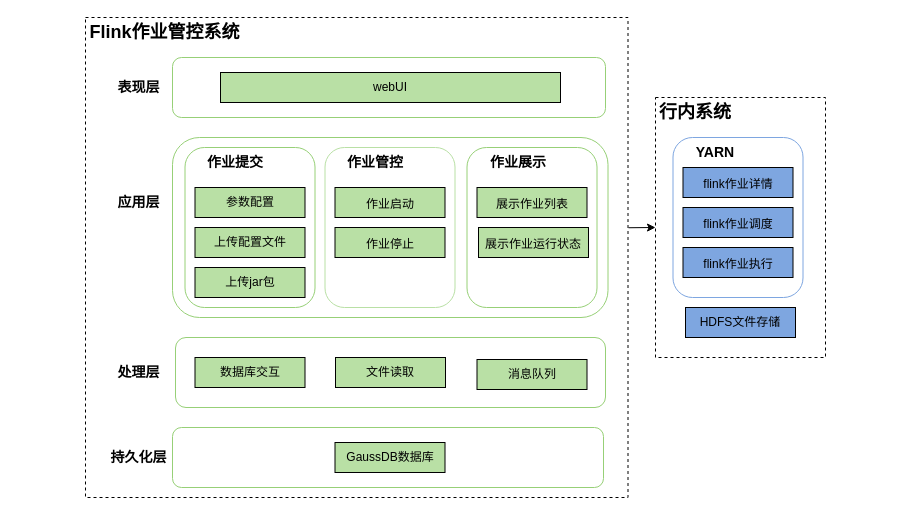
Janxun/graph keeps this draw.io diagram as Flink作业管控1.drawio. Above is the earlier version. Source tidied: cells renumbered, new cells numbered last; positions are measured from the earlier drawing's top-left corner, leaving out a move shared by most shapes. Both pictures are drawn from the tidied source at 100%, with x=0, y=0 at pixel (85, 17).
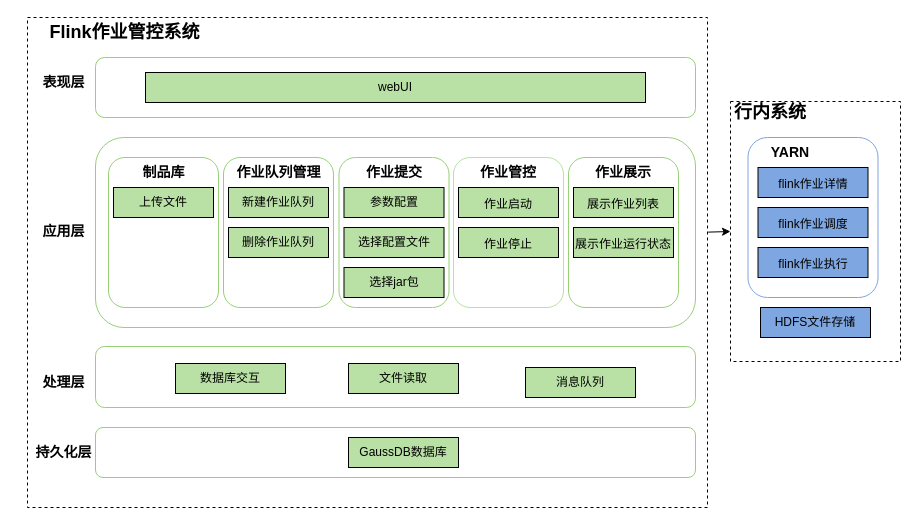
The same page after the edit.

Change to the diagram source:
```diff
@@
+    <mxCell id="4" style="rounded=0;whiteSpace=wrap;html=1;dashed=1;" parent="1" vertex="1">
+      <mxGeometry x="-58" width="680" height="490" as="geometry" />
+    </mxCell>
+    <mxCell id="5" style="rounded=1;whiteSpace=wrap;html=1;fontSize=12;fillColor=#FFFFFF;strokeColor=#97D077;" parent="1" vertex="1">
+      <mxGeometry x="10" y="120" width="600" height="190" as="geometry" />
+    </mxCell>
+    <mxCell id="39" style="rounded=1;whiteSpace=wrap;html=1;strokeColor=#97D077;fillColor=#FFFFFF;" parent="1" vertex="1">
+      <mxGeometry x="138" y="140" width="110" height="150" as="geometry" />
+    </mxCell>
     <mxCell id="2" style="rounded=0;whiteSpace=wrap;html=1;dashed=1;" parent="1" vertex="1">
-      <mxGeometry x="570" y="80" width="170" height="260" as="geometry" />
+      <mxGeometry x="645" y="84" width="170" height="260" as="geometry" />
     </mxCell>
     <mxCell id="3" style="rounded=1;whiteSpace=wrap;html=1;strokeColor=#7EA6E0;fillColor=#FFFFFF;" parent="1" vertex="1">
-      <mxGeometry x="587.5" y="120" width="130" height="160" as="geometry" />
+      <mxGeometry x="662.5" y="120" width="130" height="160" as="geometry" />
     </mxCell>
-    <mxCell id="4" style="rounded=0;whiteSpace=wrap;html=1;dashed=1;" parent="1" vertex="1">
-      <mxGeometry width="542.5" height="480" as="geometry" />
-    </mxCell>
-    <mxCell id="5" style="rounded=1;whiteSpace=wrap;html=1;fontSize=12;fillColor=#FFFFFF;strokeColor=#97D077;" parent="1" vertex="1">
-      <mxGeometry x="87" y="120" width="435.5" height="180" as="geometry" />
-    </mxCell>
     <mxCell id="6" style="rounded=1;whiteSpace=wrap;html=1;strokeColor=#97D077;fillColor=#FFFFFF;" parent="1" vertex="1">
-      <mxGeometry x="381.5" y="130" width="130" height="160" as="geometry" />
+      <mxGeometry x="483" y="140" width="110" height="150" as="geometry" />
     </mxCell>
     <mxCell id="7" style="rounded=1;whiteSpace=wrap;html=1;strokeColor=#97D077;fillColor=#FFFFFF;" parent="1" vertex="1">
-      <mxGeometry x="90" y="320" width="430" height="70" as="geometry" />
+      <mxGeometry x="10" y="329" width="600" height="61" as="geometry" />
     </mxCell>
     <mxCell id="8" style="rounded=1;whiteSpace=wrap;html=1;strokeColor=#B9E0A5;fillColor=#FFFFFF;" parent="1" vertex="1">
-      <mxGeometry x="239.5" y="130" width="130" height="160" as="geometry" />
+      <mxGeometry x="368" y="140" width="110" height="150" as="geometry" />
     </mxCell>
     <mxCell id="9" style="rounded=1;whiteSpace=wrap;html=1;strokeColor=#97D077;fillColor=#FFFFFF;" parent="1" vertex="1">
-      <mxGeometry x="99.5" y="130" width="130" height="160" as="geometry" />
+      <mxGeometry x="253.5" y="140" width="110" height="150" as="geometry" />
     </mxCell>
     <mxCell id="10" value="&lt;span style=&quot;font-size: 12px&quot;&gt;作业启动&lt;/span&gt;" style="rounded=0;whiteSpace=wrap;html=1;fontSize=18;fillColor=#B9E0A5;" parent="1" vertex="1">
-      <mxGeometry x="249.5" y="170" width="110" height="30" as="geometry" />
+      <mxGeometry x="373" y="170" width="100" height="30" as="geometry" />
     </mxCell>
     <mxCell id="11" value="&lt;span style=&quot;font-size: 12px&quot;&gt;展示作业列表&lt;/span&gt;" style="rounded=0;whiteSpace=wrap;html=1;fontSize=18;fillColor=#B9E0A5;" parent="1" vertex="1">
-      <mxGeometry x="391.5" y="170" width="110" height="30" as="geometry" />
+      <mxGeometry x="488" y="170" width="100" height="30" as="geometry" />
     </mxCell>
     <mxCell id="12" value="参数配置" style="rounded=0;whiteSpace=wrap;html=1;fontSize=12;fillColor=#B9E0A5;" parent="1" vertex="1">
-      <mxGeometry x="109.5" y="170" width="110" height="30" as="geometry" />
+      <mxGeometry x="258.5" y="170" width="100" height="30" as="geometry" />
     </mxCell>
-    <mxCell id="13" value="上传配置文件" style="rounded=0;whiteSpace=wrap;html=1;fontSize=12;fillColor=#B9E0A5;" parent="1" vertex="1">
-      <mxGeometry x="109.5" y="210" width="110" height="30" as="geometry" />
+    <mxCell id="13" value="选择配置文件" style="rounded=0;whiteSpace=wrap;html=1;fontSize=12;fillColor=#B9E0A5;" parent="1" vertex="1">
+      <mxGeometry x="258.5" y="210" width="100" height="30" as="geometry" />
     </mxCell>
     <mxCell id="14" value="&lt;b&gt;&lt;font style=&quot;font-size: 14px&quot;&gt;作业提交&lt;/font&gt;&lt;/b&gt;" style="text;html=1;strokeColor=none;fillColor=none;align=center;verticalAlign=middle;whiteSpace=wrap;rounded=0;fontFamily=Helvetica;" parent="1" vertex="1">
-      <mxGeometry x="119.5" y="130" width="60" height="30" as="geometry" />
+      <mxGeometry x="278.5" y="140" width="60" height="30" as="geometry" />
     </mxCell>
     <mxCell id="15" value="&lt;span style=&quot;font-size: 12px&quot;&gt;作业停止&lt;/span&gt;" style="rounded=0;whiteSpace=wrap;html=1;fontSize=18;fillColor=#B9E0A5;" parent="1" vertex="1">
-      <mxGeometry x="249.5" y="210" width="110" height="30" as="geometry" />
+      <mxGeometry x="373" y="210" width="100" height="30" as="geometry" />
     </mxCell>
     <mxCell id="16" value="&lt;span style=&quot;font-size: 14px&quot;&gt;&lt;b&gt;作业管控&lt;/b&gt;&lt;/span&gt;" style="text;html=1;strokeColor=none;fillColor=none;align=center;verticalAlign=middle;whiteSpace=wrap;rounded=0;fontFamily=Helvetica;" parent="1" vertex="1">
-      <mxGeometry x="259.5" y="130" width="60" height="30" as="geometry" />
+      <mxGeometry x="393" y="140" width="60" height="30" as="geometry" />
     </mxCell>
     <mxCell id="17" value="&lt;span style=&quot;font-size: 12px&quot;&gt;展示作业运行状态&lt;/span&gt;" style="rounded=0;whiteSpace=wrap;html=1;fontSize=18;fillColor=#B9E0A5;" parent="1" vertex="1">
-      <mxGeometry x="393" y="210" width="110" height="30" as="geometry" />
+      <mxGeometry x="488" y="210" width="100" height="30" as="geometry" />
     </mxCell>
     <mxCell id="18" value="&lt;span style=&quot;font-size: 14px&quot;&gt;&lt;b&gt;YARN&lt;/b&gt;&lt;/span&gt;" style="text;html=1;strokeColor=none;fillColor=none;align=center;verticalAlign=middle;whiteSpace=wrap;rounded=0;fontFamily=Helvetica;" parent="1" vertex="1">
-      <mxGeometry x="600" y="120" width="60" height="30" as="geometry" />
+      <mxGeometry x="675" y="120" width="60" height="30" as="geometry" />
     </mxCell>
     <mxCell id="19" value="&lt;font style=&quot;font-size: 14px&quot;&gt;&lt;b&gt;应用层&lt;/b&gt;&lt;/font&gt;" style="text;html=1;strokeColor=none;fillColor=none;align=center;verticalAlign=middle;whiteSpace=wrap;rounded=0;" parent="1" vertex="1">
-      <mxGeometry x="7" y="170" width="92.5" height="30" as="geometry" />
+      <mxGeometry x="-68" y="199" width="92.5" height="30" as="geometry" />
     </mxCell>
     <mxCell id="20" value="&lt;b&gt;&lt;font style=&quot;font-size: 14px&quot;&gt;持久化层&lt;/font&gt;&lt;/b&gt;" style="text;html=1;strokeColor=none;fillColor=none;align=center;verticalAlign=middle;whiteSpace=wrap;rounded=0;" parent="1" vertex="1">
-      <mxGeometry x="7" y="425" width="92.5" height="30" as="geometry" />
+      <mxGeometry x="-68" y="420" width="92.5" height="30" as="geometry" />
     </mxCell>
     <mxCell id="21" value="&lt;b&gt;&lt;font style=&quot;font-size: 14px&quot;&gt;作业展示&lt;/font&gt;&lt;/b&gt;" style="text;html=1;strokeColor=none;fillColor=none;align=center;verticalAlign=middle;whiteSpace=wrap;rounded=0;fontFamily=Helvetica;" parent="1" vertex="1">
-      <mxGeometry x="403" y="130" width="60" height="30" as="geometry" />
+      <mxGeometry x="508" y="140" width="60" height="30" as="geometry" />
     </mxCell>
     <mxCell id="22" value="&lt;b&gt;&lt;font style=&quot;font-size: 18px&quot;&gt;行内系统&lt;/font&gt;&lt;/b&gt;" style="text;html=1;strokeColor=none;fillColor=none;align=center;verticalAlign=middle;whiteSpace=wrap;rounded=0;fontFamily=Helvetica;" parent="1" vertex="1">
-      <mxGeometry x="570" y="80" width="80" height="30" as="geometry" />
+      <mxGeometry x="645" y="80" width="80" height="30" as="geometry" />
     </mxCell>
     <mxCell id="23" value="&lt;span style=&quot;font-size: 12px&quot;&gt;flink作业详情&lt;/span&gt;" style="rounded=0;whiteSpace=wrap;html=1;fontSize=18;fillColor=#7EA6E0;" parent="1" vertex="1">
-      <mxGeometry x="597.5" y="150" width="110" height="30" as="geometry" />
+      <mxGeometry x="672.5" y="150" width="110" height="30" as="geometry" />
     </mxCell>
     <mxCell id="24" value="&lt;font style=&quot;font-size: 14px&quot;&gt;&lt;b&gt;处理层&lt;/b&gt;&lt;/font&gt;" style="text;html=1;strokeColor=none;fillColor=none;align=center;verticalAlign=middle;whiteSpace=wrap;rounded=0;" parent="1" vertex="1">
-      <mxGeometry x="7" y="340" width="92.5" height="30" as="geometry" />
+      <mxGeometry x="-68" y="350" width="92.5" height="30" as="geometry" />
     </mxCell>
     <mxCell id="25" style="rounded=1;whiteSpace=wrap;html=1;strokeColor=#97D077;fillColor=#FFFFFF;" parent="1" vertex="1">
-      <mxGeometry x="87" y="410" width="431" height="60" as="geometry" />
+      <mxGeometry x="10" y="410" width="600" height="50" as="geometry" />
     </mxCell>
     <mxCell id="26" value="GaussDB数据库" style="rounded=0;whiteSpace=wrap;html=1;fontSize=12;fillColor=#B9E0A5;" parent="1" vertex="1">
-      <mxGeometry x="249.5" y="425" width="110" height="30" as="geometry" />
+      <mxGeometry x="263" y="420" width="110" height="30" as="geometry" />
     </mxCell>
     <mxCell id="27" value="HDFS文件存储" style="rounded=0;whiteSpace=wrap;html=1;fontSize=12;fillColor=#7EA6E0;" parent="1" vertex="1">
-      <mxGeometry x="600" y="290" width="110" height="30" as="geometry" />
+      <mxGeometry x="675" y="290" width="110" height="30" as="geometry" />
     </mxCell>
     <mxCell id="28" style="rounded=1;whiteSpace=wrap;html=1;fontSize=12;fillColor=#FFFFFF;strokeColor=#97D077;" parent="1" vertex="1">
-      <mxGeometry x="87" y="40" width="433" height="60" as="geometry" />
+      <mxGeometry x="10" y="40" width="600" height="60" as="geometry" />
     </mxCell>
     <mxCell id="29" value="webUI" style="rounded=0;whiteSpace=wrap;html=1;fontSize=12;fillColor=#B9E0A5;" parent="1" vertex="1">
-      <mxGeometry x="135" y="55" width="340" height="30" as="geometry" />
+      <mxGeometry x="60" y="55" width="500" height="30" as="geometry" />
     </mxCell>
     <mxCell id="30" value="&lt;font style=&quot;font-size: 14px&quot;&gt;&lt;b&gt;表现层&lt;/b&gt;&lt;/font&gt;" style="text;html=1;strokeColor=none;fillColor=none;align=center;verticalAlign=middle;whiteSpace=wrap;rounded=0;" parent="1" vertex="1">
-      <mxGeometry x="7" y="55" width="92.5" height="30" as="geometry" />
+      <mxGeometry x="-68" y="50" width="92.5" height="30" as="geometry" />
     </mxCell>
@@
     <mxCell id="32" value="&lt;span style=&quot;font-size: 12px&quot;&gt;flink作业调度&lt;/span&gt;" style="rounded=0;whiteSpace=wrap;html=1;fontSize=18;fillColor=#7EA6E0;" parent="1" vertex="1">
-      <mxGeometry x="597.5" y="190" width="110" height="30" as="geometry" />
+      <mxGeometry x="672.5" y="190" width="110" height="30" as="geometry" />
     </mxCell>
     <mxCell id="33" value="&lt;span style=&quot;font-size: 12px&quot;&gt;flink作业执行&lt;/span&gt;" style="rounded=0;whiteSpace=wrap;html=1;fontSize=18;fillColor=#7EA6E0;" parent="1" vertex="1">
-      <mxGeometry x="597.5" y="230" width="110" height="30" as="geometry" />
+      <mxGeometry x="672.5" y="230" width="110" height="30" as="geometry" />
     </mxCell>
     <mxCell id="34" value="数据库交互" style="rounded=0;whiteSpace=wrap;html=1;fontSize=12;fillColor=#B9E0A5;" parent="1" vertex="1">
-      <mxGeometry x="109.5" y="340" width="110" height="30" as="geometry" />
+      <mxGeometry x="90" y="346" width="110" height="30" as="geometry" />
     </mxCell>
     <mxCell id="35" value="文件读取" style="rounded=0;whiteSpace=wrap;html=1;fontSize=12;fillColor=#B9E0A5;" parent="1" vertex="1">
-      <mxGeometry x="250" y="340" width="110" height="30" as="geometry" />
+      <mxGeometry x="263" y="346" width="110" height="30" as="geometry" />
     </mxCell>
     <mxCell id="36" value="&lt;b&gt;&lt;font style=&quot;font-size: 18px&quot;&gt;Flink作业管控系统&lt;/font&gt;&lt;/b&gt;" style="text;html=1;strokeColor=none;fillColor=none;align=center;verticalAlign=middle;whiteSpace=wrap;rounded=0;fontFamily=Helvetica;" parent="1" vertex="1">
-      <mxGeometry width="159" height="30" as="geometry" />
+      <mxGeometry x="-40" width="159" height="30" as="geometry" />
     </mxCell>
     <mxCell id="37" value="消息队列" style="rounded=0;whiteSpace=wrap;html=1;fontSize=12;fillColor=#B9E0A5;" parent="1" vertex="1">
-      <mxGeometry x="391.5" y="342" width="110" height="30" as="geometry" />
+      <mxGeometry x="440" y="350" width="110" height="30" as="geometry" />
     </mxCell>
-    <mxCell id="38" value="上传jar包" style="rounded=0;whiteSpace=wrap;html=1;fontSize=12;fillColor=#B9E0A5;" parent="1" vertex="1">
-      <mxGeometry x="109.5" y="250" width="110" height="30" as="geometry" />
+    <mxCell id="38" value="选择jar包" style="rounded=0;whiteSpace=wrap;html=1;fontSize=12;fillColor=#B9E0A5;" parent="1" vertex="1">
+      <mxGeometry x="258.5" y="250" width="100" height="30" as="geometry" />
     </mxCell>
+    <mxCell id="40" value="新建作业队列" style="rounded=0;whiteSpace=wrap;html=1;fontSize=12;fillColor=#B9E0A5;" parent="1" vertex="1">
+      <mxGeometry x="143" y="170" width="100" height="30" as="geometry" />
+    </mxCell>
+    <mxCell id="41" value="&lt;b&gt;&lt;font style=&quot;font-size: 14px&quot;&gt;作业队列管理&lt;/font&gt;&lt;/b&gt;" style="text;html=1;strokeColor=none;fillColor=none;align=center;verticalAlign=middle;whiteSpace=wrap;rounded=0;fontFamily=Helvetica;" parent="1" vertex="1">
+      <mxGeometry x="145.5" y="140" width="95" height="30" as="geometry" />
+    </mxCell>
+    <mxCell id="42" value="删除作业队列" style="rounded=0;whiteSpace=wrap;html=1;fontSize=12;fillColor=#B9E0A5;" parent="1" vertex="1">
+      <mxGeometry x="143" y="210" width="100" height="30" as="geometry" />
+    </mxCell>
+    <mxCell id="43" style="rounded=1;whiteSpace=wrap;html=1;strokeColor=#97D077;fillColor=#FFFFFF;" parent="1" vertex="1">
+      <mxGeometry x="23" y="140" width="110" height="150" as="geometry" />
+    </mxCell>
+    <mxCell id="44" value="上传文件" style="rounded=0;whiteSpace=wrap;html=1;fontSize=12;fillColor=#B9E0A5;" parent="1" vertex="1">
+      <mxGeometry x="28" y="170" width="100" height="30" as="geometry" />
+    </mxCell>
+    <mxCell id="45" value="&lt;span style=&quot;font-size: 14px&quot;&gt;&lt;b&gt;制品库&lt;/b&gt;&lt;/span&gt;" style="text;html=1;strokeColor=none;fillColor=none;align=center;verticalAlign=middle;whiteSpace=wrap;rounded=0;fontFamily=Helvetica;" parent="1" vertex="1">
+      <mxGeometry x="30.5" y="140" width="95" height="30" as="geometry" />
+    </mxCell>
```
